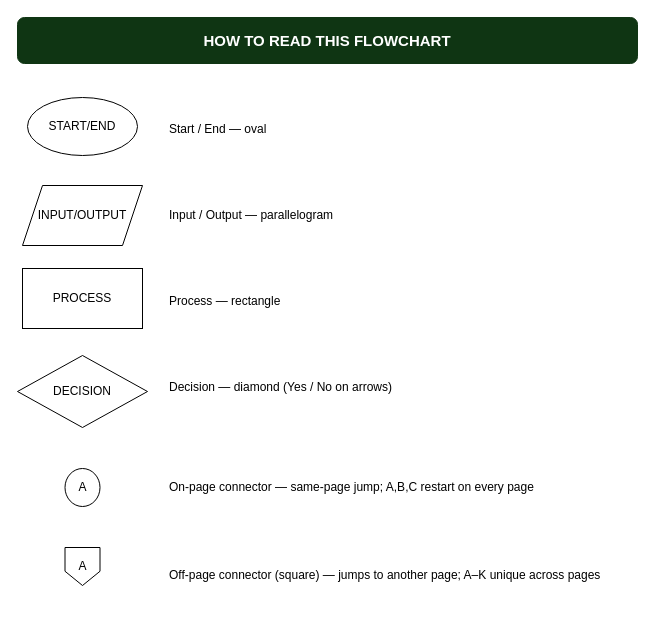
The draw.io diagram page "Legend — How to read" (1 of 4) of docs/reunio-mobile-flow.drawio in dibidjims17/Alumni-System, before the edit. Source tidied: cells renumbered, new cells numbered last; positions are measured from the earlier drawing's top-left corner, leaving out a move shared by most shapes. Both pictures are drawn from the tidied source at 100%, with x=0, y=0 at pixel (17, 17).
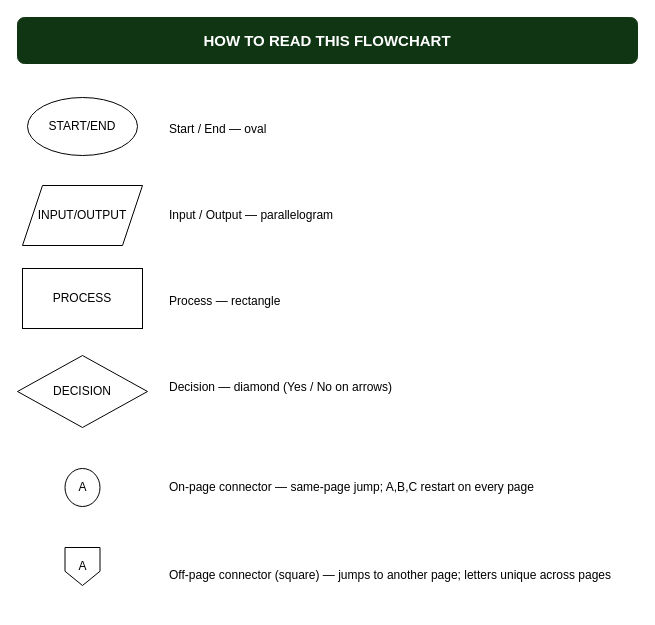
After the change.

Change to the diagram source:
```diff
@@
 <mxGraphModel>
   <root>
     <mxCell id="0" />
     <mxCell id="1" parent="0" />
     <mxCell id="2" value="HOW TO READ THIS FLOWCHART" style="rounded=1;whiteSpace=wrap;html=1;fillColor=#0F3513;strokeColor=#0F3513;fontSize=15;fontStyle=1;fontColor=#ffffff;" parent="1" vertex="1">
       <mxGeometry width="620" height="46" as="geometry" />
     </mxCell>
     <mxCell id="3" value="Start / End — oval" style="text;html=1;fontSize=12;align=left;verticalAlign=middle;" parent="1" vertex="1">
       <mxGeometry x="150" y="80" width="470" height="64" as="geometry" />
     </mxCell>
     <mxCell id="4" value="Input / Output — parallelogram" style="text;html=1;fontSize=12;align=left;verticalAlign=middle;" parent="1" vertex="1">
       <mxGeometry x="150" y="166" width="470" height="64" as="geometry" />
     </mxCell>
     <mxCell id="5" value="Process — rectangle" style="text;html=1;fontSize=12;align=left;verticalAlign=middle;" parent="1" vertex="1">
       <mxGeometry x="150" y="252" width="470" height="64" as="geometry" />
     </mxCell>
     <mxCell id="6" value="Decision — diamond (Yes / No on arrows)" style="text;html=1;fontSize=12;align=left;verticalAlign=middle;" parent="1" vertex="1">
       <mxGeometry x="150" y="338" width="470" height="64" as="geometry" />
     </mxCell>
     <mxCell id="7" value="On-page connector — same-page jump; A,B,C restart on every page" style="text;html=1;fontSize=12;align=left;verticalAlign=middle;" parent="1" vertex="1">
       <mxGeometry x="150" y="438" width="470" height="64" as="geometry" />
     </mxCell>
-    <mxCell id="8" value="Off-page connector (square) — jumps to another page; A–K unique across pages" style="text;html=1;fontSize=12;align=left;verticalAlign=middle;" parent="1" vertex="1">
+    <mxCell id="8" value="Off-page connector (square) — jumps to another page; letters unique across pages" style="text;html=1;fontSize=12;align=left;verticalAlign=middle;" parent="1" vertex="1">
       <mxGeometry x="150" y="526" width="470" height="64" as="geometry" />
     </mxCell>
     <mxCell id="9" value="A" style="shape=offPageConnector;whiteSpace=wrap;html=1;" parent="1" vertex="1">
       <mxGeometry x="47.5" y="530" width="35" height="38" as="geometry" />
     </mxCell>
     <mxCell id="10" value="A" style="strokeWidth=1;html=1;shape=mxgraph.flowchart.start_2;whiteSpace=wrap;" parent="1" vertex="1">
       <mxGeometry x="47.5" y="451" width="35" height="38" as="geometry" />
     </mxCell>
     <mxCell id="11" value="DECISION" style="shape=rhombus;html=1;dashed=0;whiteSpace=wrap;perimeter=rhombusPerimeter;" parent="1" vertex="1">
       <mxGeometry y="338" width="130" height="72" as="geometry" />
     </mxCell>
     <mxCell id="12" value="PROCESS" style="rounded=0;whiteSpace=wrap;html=1;" parent="1" vertex="1">
       <mxGeometry x="5" y="251" width="120" height="60" as="geometry" />
     </mxCell>
     <mxCell id="13" value="INPUT/OUTPUT" style="shape=parallelogram;perimeter=parallelogramPerimeter;whiteSpace=wrap;html=1;shapeInside=1;fixedSize=1;" parent="1" vertex="1">
       <mxGeometry x="5" y="168" width="120" height="60" as="geometry" />
     </mxCell>
     <mxCell id="14" value="START/END" style="shape=ellipse;html=1;dashed=0;whiteSpace=wrap;perimeter=ellipsePerimeter;" parent="1" vertex="1">
       <mxGeometry x="10" y="80" width="110" height="58" as="geometry" />
     </mxCell>
   </root>
 </mxGraphModel>
```
